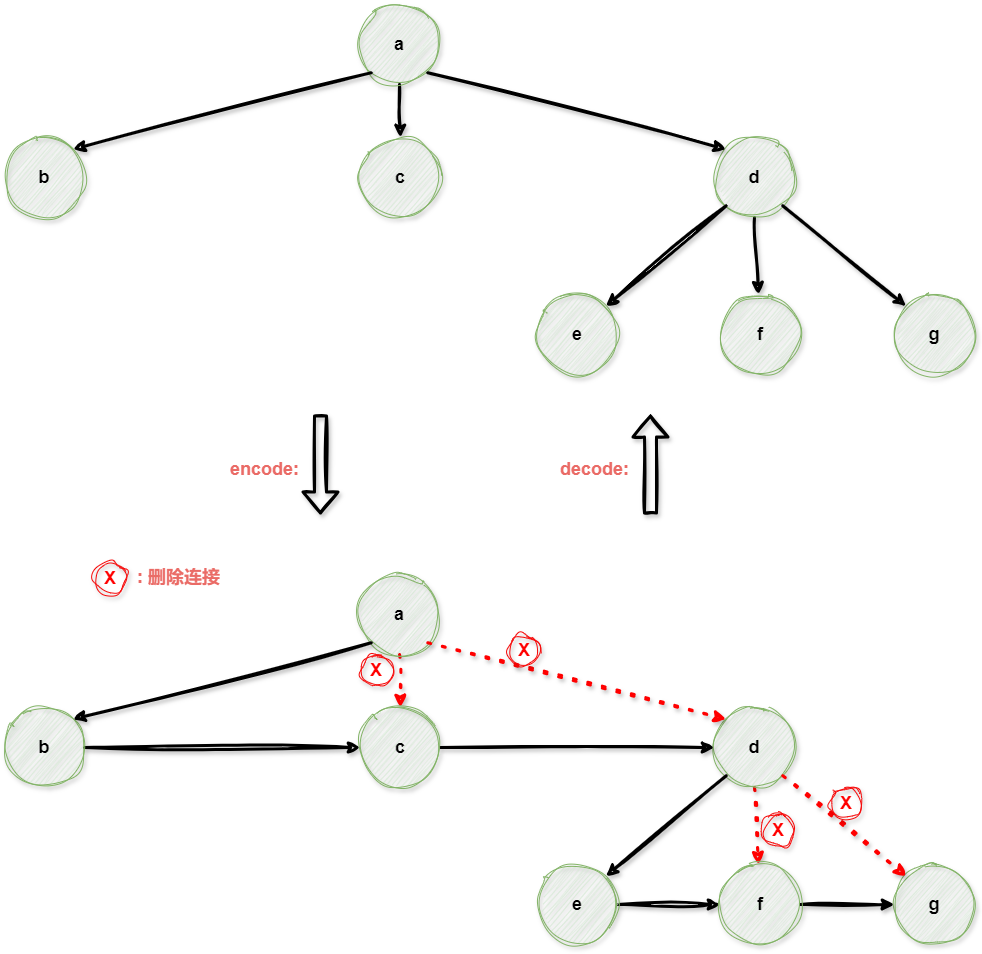
The draw.io diagram algrithem/binary_tree_encode_2tree.drawio.png in muxicode/c153080686, before a commit. Source tidied: cells renumbered, new cells last; positions are measured from the earlier drawing's top-left corner, leaving out a move shared by most shapes. Source of this version:
```xml
<mxGraphModel>
  <root>
    <mxCell id="0" />
    <mxCell id="1" parent="0" />
    <mxCell id="2" style="shape=flexArrow;endArrow=classic;html=1;rounded=0;shadow=1;labelBackgroundColor=default;sketch=1;fontFamily=Helvetica;fontSize=18;fontColor=default;strokeColor=default;strokeWidth=3;swimlaneLine=0;fontStyle=1;" parent="1" edge="1">
      <mxGeometry relative="1" as="geometry">
        <mxPoint x="316" y="410" as="sourcePoint" />
        <mxPoint x="316" y="510" as="targetPoint" />
      </mxGeometry>
    </mxCell>
    <mxCell id="3" style="shape=flexArrow;endArrow=classic;html=1;rounded=0;shadow=1;labelBackgroundColor=default;sketch=1;fontFamily=Helvetica;fontSize=18;fontColor=default;strokeColor=default;strokeWidth=3;swimlaneLine=0;fontStyle=1;tempflowAnimation=0;" parent="1" edge="1">
      <mxGeometry relative="1" as="geometry">
        <mxPoint x="646" y="510" as="sourcePoint" />
        <mxPoint x="646" y="410" as="targetPoint" />
      </mxGeometry>
    </mxCell>
    <mxCell id="4" value="&lt;font color=&quot;#ea6b66&quot; style=&quot;font-size: 18px;&quot;&gt;&lt;span style=&quot;font-size: 18px;&quot;&gt;encode:&lt;/span&gt;&lt;/font&gt;" style="text;html=1;align=right;verticalAlign=middle;strokeColor=none;fillColor=none;fontSize=18;tempflowAnimation=1;sketch=1;shadow=1;swimlaneLine=0;fontStyle=1;" parent="1" vertex="1">
      <mxGeometry x="206" y="445" width="90" height="40" as="geometry" />
    </mxCell>
    <mxCell id="5" value="&lt;font color=&quot;#ea6b66&quot; style=&quot;font-size: 18px;&quot;&gt;&lt;span style=&quot;font-size: 18px;&quot;&gt;decode:&lt;/span&gt;&lt;/font&gt;" style="text;html=1;align=right;verticalAlign=middle;strokeColor=none;fillColor=none;fontSize=18;tempflowAnimation=1;sketch=1;shadow=1;swimlaneLine=0;fontStyle=1;" parent="1" vertex="1">
      <mxGeometry x="536" y="445" width="90" height="40" as="geometry" />
    </mxCell>
    <mxCell id="6" style="edgeStyle=none;rounded=0;sketch=1;jiggle=2;curveFitting=1;jettySize=auto;html=1;exitX=0.5;exitY=1;exitDx=0;exitDy=0;entryX=0.5;entryY=0;entryDx=0;entryDy=0;shadow=1;strokeColor=default;strokeWidth=3;align=center;verticalAlign=middle;fontFamily=Helvetica;fontSize=11;fontColor=default;labelBackgroundColor=default;endArrow=classic;fontStyle=1;" parent="1" edge="1" source="7" target="17">
      <mxGeometry relative="1" as="geometry" />
    </mxCell>
    <mxCell id="7" value="&lt;span style=&quot;font-size: 18px;&quot;&gt;&lt;span&gt;a&lt;/span&gt;&lt;br style=&quot;font-size: 18px;&quot;&gt;&lt;/span&gt;" style="ellipse;whiteSpace=wrap;html=1;fillColor=#d5e8d4;strokeColor=#82b366;fontSize=18;sketch=1;curveFitting=1;jiggle=2;shadow=1;fontStyle=1;" parent="1" vertex="1">
      <mxGeometry x="355" width="80" height="80" as="geometry" />
    </mxCell>
    <mxCell id="8" value="&lt;span style=&quot;font-size: 18px;&quot;&gt;&lt;span&gt;b&lt;/span&gt;&lt;br style=&quot;font-size: 18px;&quot;&gt;&lt;/span&gt;" style="ellipse;whiteSpace=wrap;html=1;fillColor=#d5e8d4;strokeColor=#82b366;fontSize=18;sketch=1;curveFitting=1;jiggle=2;shadow=1;fontStyle=1;" parent="1" vertex="1">
      <mxGeometry y="133" width="80" height="80" as="geometry" />
    </mxCell>
    <mxCell id="9" style="rounded=0;jettySize=auto;html=1;exitX=0;exitY=1;exitDx=0;exitDy=0;entryX=1;entryY=0;entryDx=0;entryDy=0;strokeWidth=3;sketch=1;curveFitting=1;jiggle=2;shadow=1;fontStyle=1;" parent="1" edge="1" source="7" target="8">
      <mxGeometry relative="1" as="geometry" />
    </mxCell>
    <mxCell id="10" style="edgeStyle=none;rounded=0;sketch=1;jiggle=2;curveFitting=1;jettySize=auto;html=1;exitX=0.5;exitY=1;exitDx=0;exitDy=0;shadow=1;strokeColor=default;strokeWidth=3;align=center;verticalAlign=middle;fontFamily=Helvetica;fontSize=11;fontColor=default;labelBackgroundColor=default;endArrow=classic;fontStyle=1;" parent="1" edge="1" source="11" target="18">
      <mxGeometry relative="1" as="geometry" />
    </mxCell>
    <mxCell id="11" value="&lt;span style=&quot;font-size: 18px;&quot;&gt;&lt;span&gt;d&lt;/span&gt;&lt;br style=&quot;font-size: 18px;&quot;&gt;&lt;/span&gt;" style="ellipse;whiteSpace=wrap;html=1;fillColor=#d5e8d4;strokeColor=#82b366;fontSize=18;sketch=1;curveFitting=1;jiggle=2;shadow=1;fontStyle=1;" parent="1" vertex="1">
      <mxGeometry x="710" y="133" width="80" height="80" as="geometry" />
    </mxCell>
    <mxCell id="12" style="rounded=0;jettySize=auto;html=1;exitX=1;exitY=1;exitDx=0;exitDy=0;entryX=0;entryY=0;entryDx=0;entryDy=0;strokeWidth=3;sketch=1;curveFitting=1;jiggle=2;shadow=1;fontStyle=1;" parent="1" edge="1" source="7" target="11">
      <mxGeometry relative="1" as="geometry" />
    </mxCell>
    <mxCell id="13" value="&lt;span style=&quot;font-size: 18px;&quot;&gt;&lt;span&gt;e&lt;/span&gt;&lt;br style=&quot;font-size: 18px;&quot;&gt;&lt;/span&gt;" style="ellipse;whiteSpace=wrap;html=1;fillColor=#d5e8d4;strokeColor=#82b366;fontSize=18;sketch=1;curveFitting=1;jiggle=2;shadow=1;fontStyle=1;" parent="1" vertex="1">
      <mxGeometry x="533" y="290" width="80" height="80" as="geometry" />
    </mxCell>
    <mxCell id="14" style="rounded=0;jettySize=auto;html=1;exitX=0;exitY=1;exitDx=0;exitDy=0;entryX=1;entryY=0;entryDx=0;entryDy=0;strokeWidth=3;sketch=1;curveFitting=1;jiggle=2;shadow=1;fontStyle=1;" parent="1" edge="1" source="11" target="13">
      <mxGeometry relative="1" as="geometry" />
    </mxCell>
    <mxCell id="15" value="&lt;span style=&quot;font-size: 18px;&quot;&gt;&lt;span&gt;g&lt;/span&gt;&lt;br style=&quot;font-size: 18px;&quot;&gt;&lt;/span&gt;" style="ellipse;whiteSpace=wrap;html=1;fillColor=#d5e8d4;strokeColor=#82b366;fontSize=18;sketch=1;curveFitting=1;jiggle=2;shadow=1;fontStyle=1;" parent="1" vertex="1">
      <mxGeometry x="890" y="290" width="80" height="80" as="geometry" />
    </mxCell>
    <mxCell id="16" style="rounded=0;jettySize=auto;html=1;exitX=1;exitY=1;exitDx=0;exitDy=0;entryX=0;entryY=0;entryDx=0;entryDy=0;strokeWidth=3;sketch=1;curveFitting=1;jiggle=2;shadow=1;fontStyle=1;" parent="1" edge="1" source="11" target="15">
      <mxGeometry relative="1" as="geometry" />
    </mxCell>
    <mxCell id="17" value="&lt;span style=&quot;font-size: 18px;&quot;&gt;&lt;span&gt;c&lt;/span&gt;&lt;br style=&quot;font-size: 18px;&quot;&gt;&lt;/span&gt;" style="ellipse;whiteSpace=wrap;html=1;fillColor=#d5e8d4;strokeColor=#82b366;fontSize=18;sketch=1;curveFitting=1;jiggle=2;shadow=1;fontStyle=1;" parent="1" vertex="1">
      <mxGeometry x="356" y="133" width="80" height="80" as="geometry" />
    </mxCell>
    <mxCell id="18" value="f" style="ellipse;whiteSpace=wrap;html=1;fillColor=#d5e8d4;strokeColor=#82b366;fontSize=18;sketch=1;curveFitting=1;jiggle=2;shadow=1;fontStyle=1;" parent="1" vertex="1">
      <mxGeometry x="716" y="290" width="80" height="80" as="geometry" />
    </mxCell>
    <mxCell id="19" style="edgeStyle=none;rounded=0;sketch=1;jiggle=2;curveFitting=1;jettySize=auto;html=1;exitX=0.5;exitY=1;exitDx=0;exitDy=0;entryX=0.5;entryY=0;entryDx=0;entryDy=0;shadow=1;strokeColor=#FF0000;strokeWidth=3;align=center;verticalAlign=middle;fontFamily=Helvetica;fontSize=11;fontColor=default;labelBackgroundColor=default;endArrow=classic;dashed=1;dashPattern=1 4;fontStyle=1;" parent="1" edge="1" source="20" target="33">
      <mxGeometry relative="1" as="geometry" />
    </mxCell>
    <mxCell id="20" value="&lt;span style=&quot;font-size: 18px;&quot;&gt;&lt;span&gt;a&lt;/span&gt;&lt;br style=&quot;font-size: 18px;&quot;&gt;&lt;/span&gt;" style="ellipse;whiteSpace=wrap;html=1;fillColor=#d5e8d4;strokeColor=#82b366;fontSize=18;sketch=1;curveFitting=1;jiggle=2;shadow=1;fontStyle=1;" parent="1" vertex="1">
      <mxGeometry x="355" y="570" width="80" height="80" as="geometry" />
    </mxCell>
    <mxCell id="21" style="edgeStyle=none;rounded=0;sketch=1;jiggle=2;curveFitting=1;jettySize=auto;html=1;exitX=1;exitY=0.5;exitDx=0;exitDy=0;entryX=0;entryY=0.5;entryDx=0;entryDy=0;shadow=1;strokeColor=default;strokeWidth=3;align=center;verticalAlign=middle;fontFamily=Helvetica;fontSize=11;fontColor=default;labelBackgroundColor=default;endArrow=classic;fontStyle=1;" parent="1" edge="1" source="22" target="33">
      <mxGeometry relative="1" as="geometry" />
    </mxCell>
    <mxCell id="22" value="&lt;span style=&quot;font-size: 18px;&quot;&gt;&lt;span&gt;b&lt;/span&gt;&lt;br style=&quot;font-size: 18px;&quot;&gt;&lt;/span&gt;" style="ellipse;whiteSpace=wrap;html=1;fillColor=#d5e8d4;strokeColor=#82b366;fontSize=18;sketch=1;curveFitting=1;jiggle=2;shadow=1;fontStyle=1;" parent="1" vertex="1">
      <mxGeometry y="703" width="80" height="80" as="geometry" />
    </mxCell>
    <mxCell id="23" style="rounded=0;jettySize=auto;html=1;exitX=0;exitY=1;exitDx=0;exitDy=0;entryX=1;entryY=0;entryDx=0;entryDy=0;strokeWidth=3;sketch=1;curveFitting=1;jiggle=2;shadow=1;fontStyle=1;" parent="1" edge="1" source="20" target="22">
      <mxGeometry relative="1" as="geometry" />
    </mxCell>
    <mxCell id="24" style="edgeStyle=none;rounded=0;sketch=1;jiggle=2;curveFitting=1;jettySize=auto;html=1;exitX=0.5;exitY=1;exitDx=0;exitDy=0;shadow=1;strokeColor=#FF0000;strokeWidth=3;align=center;verticalAlign=middle;fontFamily=Helvetica;fontSize=11;fontColor=default;labelBackgroundColor=default;endArrow=classic;dashed=1;dashPattern=1 4;fontStyle=1;" parent="1" edge="1" source="25" target="35">
      <mxGeometry relative="1" as="geometry" />
    </mxCell>
    <mxCell id="25" value="&lt;span style=&quot;font-size: 18px;&quot;&gt;&lt;span&gt;d&lt;/span&gt;&lt;br style=&quot;font-size: 18px;&quot;&gt;&lt;/span&gt;" style="ellipse;whiteSpace=wrap;html=1;fillColor=#d5e8d4;strokeColor=#82b366;fontSize=18;sketch=1;curveFitting=1;jiggle=2;shadow=1;fontStyle=1;" parent="1" vertex="1">
      <mxGeometry x="710" y="703" width="80" height="80" as="geometry" />
    </mxCell>
    <mxCell id="26" style="rounded=0;jettySize=auto;html=1;exitX=1;exitY=1;exitDx=0;exitDy=0;entryX=0;entryY=0;entryDx=0;entryDy=0;strokeWidth=3;sketch=1;curveFitting=1;jiggle=2;shadow=1;dashed=1;dashPattern=1 4;strokeColor=#FF0000;fontStyle=1;" parent="1" edge="1" source="20" target="25">
      <mxGeometry relative="1" as="geometry" />
    </mxCell>
    <mxCell id="27" style="edgeStyle=none;rounded=0;sketch=1;jiggle=2;curveFitting=1;jettySize=auto;html=1;exitX=1;exitY=0.5;exitDx=0;exitDy=0;entryX=0;entryY=0.5;entryDx=0;entryDy=0;shadow=1;strokeColor=default;strokeWidth=3;align=center;verticalAlign=middle;fontFamily=Helvetica;fontSize=11;fontColor=default;labelBackgroundColor=default;endArrow=classic;fontStyle=1;" parent="1" edge="1" source="28" target="35">
      <mxGeometry relative="1" as="geometry" />
    </mxCell>
    <mxCell id="28" value="&lt;span style=&quot;font-size: 18px;&quot;&gt;&lt;span&gt;e&lt;/span&gt;&lt;br style=&quot;font-size: 18px;&quot;&gt;&lt;/span&gt;" style="ellipse;whiteSpace=wrap;html=1;fillColor=#d5e8d4;strokeColor=#82b366;fontSize=18;sketch=1;curveFitting=1;jiggle=2;shadow=1;fontStyle=1;" parent="1" vertex="1">
      <mxGeometry x="533" y="860" width="80" height="80" as="geometry" />
    </mxCell>
    <mxCell id="29" style="rounded=0;jettySize=auto;html=1;exitX=0;exitY=1;exitDx=0;exitDy=0;entryX=1;entryY=0;entryDx=0;entryDy=0;strokeWidth=3;sketch=1;curveFitting=1;jiggle=2;shadow=1;fontStyle=1;" parent="1" edge="1" source="25" target="28">
      <mxGeometry relative="1" as="geometry" />
    </mxCell>
    <mxCell id="30" value="&lt;span style=&quot;font-size: 18px;&quot;&gt;&lt;span&gt;g&lt;/span&gt;&lt;br style=&quot;font-size: 18px;&quot;&gt;&lt;/span&gt;" style="ellipse;whiteSpace=wrap;html=1;fillColor=#d5e8d4;strokeColor=#82b366;fontSize=18;sketch=1;curveFitting=1;jiggle=2;shadow=1;fontStyle=1;" parent="1" vertex="1">
      <mxGeometry x="890" y="860" width="80" height="80" as="geometry" />
    </mxCell>
    <mxCell id="31" style="rounded=0;jettySize=auto;html=1;exitX=1;exitY=1;exitDx=0;exitDy=0;entryX=0;entryY=0;entryDx=0;entryDy=0;strokeWidth=3;sketch=1;curveFitting=1;jiggle=2;shadow=1;dashed=1;dashPattern=1 4;strokeColor=#FF0000;fontStyle=1;" parent="1" edge="1" source="25" target="30">
      <mxGeometry relative="1" as="geometry" />
    </mxCell>
    <mxCell id="32" style="edgeStyle=none;rounded=0;sketch=1;jiggle=2;curveFitting=1;jettySize=auto;html=1;exitX=1;exitY=0.5;exitDx=0;exitDy=0;entryX=0;entryY=0.5;entryDx=0;entryDy=0;shadow=1;strokeColor=default;strokeWidth=3;align=center;verticalAlign=middle;fontFamily=Helvetica;fontSize=11;fontColor=default;labelBackgroundColor=default;endArrow=classic;fontStyle=1;" parent="1" edge="1" source="33" target="25">
      <mxGeometry relative="1" as="geometry" />
    </mxCell>
    <mxCell id="33" value="&lt;span style=&quot;font-size: 18px;&quot;&gt;&lt;span&gt;c&lt;/span&gt;&lt;br style=&quot;font-size: 18px;&quot;&gt;&lt;/span&gt;" style="ellipse;whiteSpace=wrap;html=1;fillColor=#d5e8d4;strokeColor=#82b366;fontSize=18;sketch=1;curveFitting=1;jiggle=2;shadow=1;fontStyle=1;" parent="1" vertex="1">
      <mxGeometry x="356" y="703" width="80" height="80" as="geometry" />
    </mxCell>
    <mxCell id="34" style="edgeStyle=none;rounded=0;sketch=1;jiggle=2;curveFitting=1;jettySize=auto;html=1;exitX=1;exitY=0.5;exitDx=0;exitDy=0;entryX=0;entryY=0.5;entryDx=0;entryDy=0;shadow=1;strokeColor=default;strokeWidth=3;align=center;verticalAlign=middle;fontFamily=Helvetica;fontSize=11;fontColor=default;labelBackgroundColor=default;endArrow=classic;fontStyle=1;" parent="1" edge="1" source="35" target="30">
      <mxGeometry relative="1" as="geometry" />
    </mxCell>
    <mxCell id="35" value="f" style="ellipse;whiteSpace=wrap;html=1;fillColor=#d5e8d4;strokeColor=#82b366;fontSize=18;sketch=1;curveFitting=1;jiggle=2;shadow=1;fontStyle=1;" parent="1" vertex="1">
      <mxGeometry x="716" y="860" width="80" height="80" as="geometry" />
    </mxCell>
    <mxCell id="36" value="&lt;font color=&quot;#ff0000&quot; style=&quot;font-size: 18px;&quot;&gt;&lt;span style=&quot;font-size: 18px;&quot;&gt;X&lt;/span&gt;&lt;/font&gt;" style="ellipse;whiteSpace=wrap;html=1;strokeColor=#f70808;fillColor=none;fontStyle=1;fontSize=18;sketch=1;curveFitting=1;jiggle=2;shadow=1;" parent="1" vertex="1">
      <mxGeometry x="504" y="630" width="32" height="32" as="geometry" />
    </mxCell>
    <mxCell id="37" value="&lt;font color=&quot;#ff0000&quot; style=&quot;font-size: 18px;&quot;&gt;&lt;span style=&quot;font-size: 18px;&quot;&gt;X&lt;/span&gt;&lt;/font&gt;" style="ellipse;whiteSpace=wrap;html=1;strokeColor=#f70808;fillColor=none;fontStyle=1;fontSize=18;sketch=1;curveFitting=1;jiggle=2;shadow=1;" parent="1" vertex="1">
      <mxGeometry x="356" y="650" width="32" height="32" as="geometry" />
    </mxCell>
    <mxCell id="38" value="&lt;font color=&quot;#ff0000&quot; style=&quot;font-size: 18px;&quot;&gt;&lt;span style=&quot;font-size: 18px;&quot;&gt;X&lt;/span&gt;&lt;/font&gt;" style="ellipse;whiteSpace=wrap;html=1;strokeColor=#f70808;fillColor=none;fontStyle=1;fontSize=18;sketch=1;curveFitting=1;jiggle=2;shadow=1;" parent="1" vertex="1">
      <mxGeometry x="758" y="810" width="32" height="32" as="geometry" />
    </mxCell>
    <mxCell id="39" value="&lt;font color=&quot;#ff0000&quot; style=&quot;font-size: 18px;&quot;&gt;&lt;span style=&quot;font-size: 18px;&quot;&gt;X&lt;/span&gt;&lt;/font&gt;" style="ellipse;whiteSpace=wrap;html=1;strokeColor=#f70808;fillColor=none;fontStyle=1;fontSize=18;sketch=1;curveFitting=1;jiggle=2;shadow=1;" parent="1" vertex="1">
      <mxGeometry x="826" y="783" width="32" height="32" as="geometry" />
    </mxCell>
    <mxCell id="40" value="&lt;font color=&quot;#ff0000&quot; style=&quot;font-size: 18px;&quot;&gt;&lt;span style=&quot;font-size: 18px;&quot;&gt;X&lt;/span&gt;&lt;/font&gt;" style="ellipse;whiteSpace=wrap;html=1;strokeColor=#f70808;fillColor=none;fontStyle=1;fontSize=18;sketch=1;curveFitting=1;jiggle=2;shadow=1;" parent="1" vertex="1">
      <mxGeometry x="90" y="558" width="32" height="32" as="geometry" />
    </mxCell>
    <mxCell id="41" value="&lt;font style=&quot;font-size: 18px;&quot; color=&quot;#ea6b66&quot;&gt;&lt;span style=&quot;font-size: 18px;&quot;&gt;&amp;nbsp;: 删除连接&lt;/span&gt;&lt;/font&gt;" style="text;html=1;align=left;verticalAlign=middle;strokeColor=none;fillColor=none;fontSize=18;sketch=1;curveFitting=1;jiggle=2;shadow=1;fontStyle=1;" parent="1" vertex="1">
      <mxGeometry x="126" y="553" width="110" height="40" as="geometry" />
    </mxCell>
  </root>
</mxGraphModel>
```
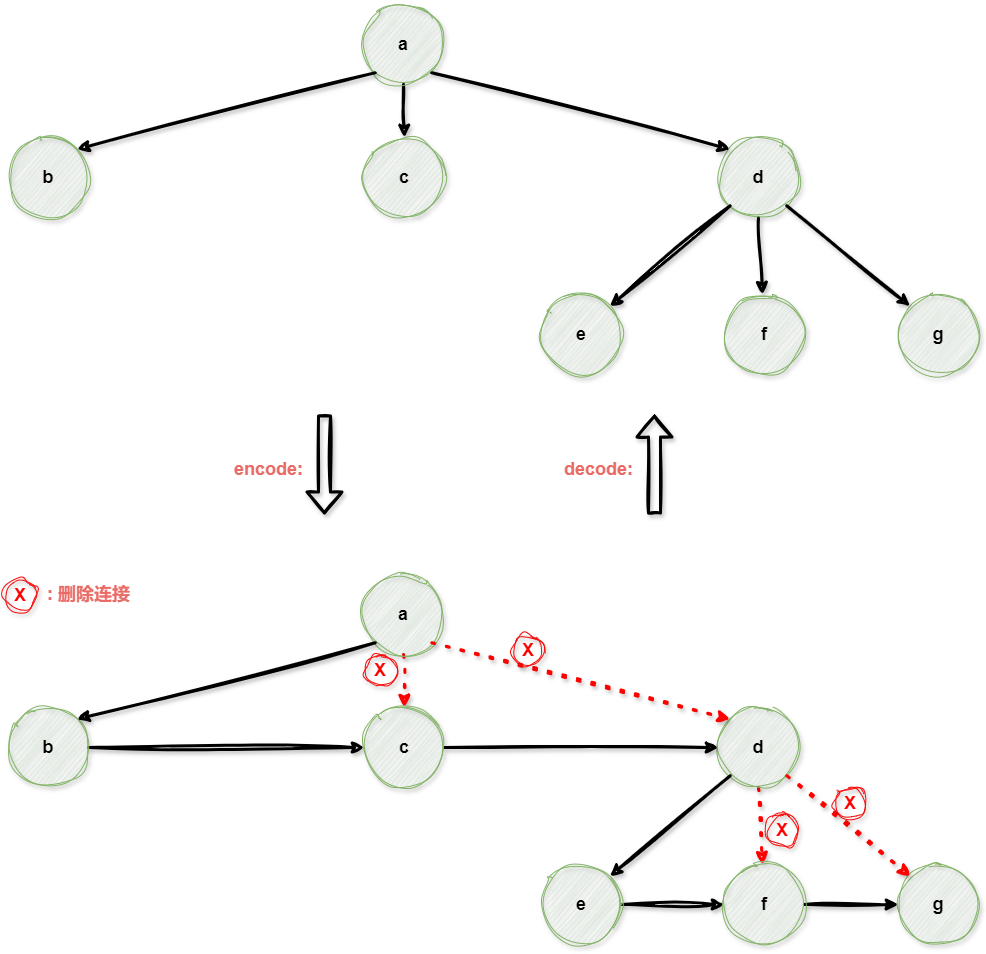
After the commit.

The edit, as a diff of the source:
```diff
@@ -122,11 +122,14 @@
     <mxCell id="39" value="&lt;font color=&quot;#ff0000&quot; style=&quot;font-size: 18px;&quot;&gt;&lt;span style=&quot;font-size: 18px;&quot;&gt;X&lt;/span&gt;&lt;/font&gt;" style="ellipse;whiteSpace=wrap;html=1;strokeColor=#f70808;fillColor=none;fontStyle=1;fontSize=18;sketch=1;curveFitting=1;jiggle=2;shadow=1;" parent="1" vertex="1">
       <mxGeometry x="826" y="783" width="32" height="32" as="geometry" />
     </mxCell>
+    <mxCell id="42" style="group;" parent="1" vertex="1">
+      <mxGeometry x="-4" y="570" width="146" height="40" as="geometry" />
+    </mxCell>
-    <mxCell id="40" value="&lt;font color=&quot;#ff0000&quot; style=&quot;font-size: 18px;&quot;&gt;&lt;span style=&quot;font-size: 18px;&quot;&gt;X&lt;/span&gt;&lt;/font&gt;" style="ellipse;whiteSpace=wrap;html=1;strokeColor=#f70808;fillColor=none;fontStyle=1;fontSize=18;sketch=1;curveFitting=1;jiggle=2;shadow=1;" parent="1" vertex="1">
-      <mxGeometry x="90" y="558" width="32" height="32" as="geometry" />
+    <mxCell id="40" value="&lt;font color=&quot;#ff0000&quot; style=&quot;font-size: 18px;&quot;&gt;&lt;span style=&quot;font-size: 18px;&quot;&gt;X&lt;/span&gt;&lt;/font&gt;" style="ellipse;whiteSpace=wrap;html=1;strokeColor=#f70808;fillColor=none;fontStyle=1;fontSize=18;sketch=1;curveFitting=1;jiggle=2;shadow=1;" parent="42" vertex="1">
+      <mxGeometry y="5" width="32" height="32" as="geometry" />
     </mxCell>
-    <mxCell id="41" value="&lt;font style=&quot;font-size: 18px;&quot; color=&quot;#ea6b66&quot;&gt;&lt;span style=&quot;font-size: 18px;&quot;&gt;&amp;nbsp;: 删除连接&lt;/span&gt;&lt;/font&gt;" style="text;html=1;align=left;verticalAlign=middle;strokeColor=none;fillColor=none;fontSize=18;sketch=1;curveFitting=1;jiggle=2;shadow=1;fontStyle=1;" parent="1" vertex="1">
-      <mxGeometry x="126" y="553" width="110" height="40" as="geometry" />
+    <mxCell id="41" value="&lt;font style=&quot;font-size: 18px;&quot; color=&quot;#ea6b66&quot;&gt;&lt;span style=&quot;font-size: 18px;&quot;&gt;&amp;nbsp;: 删除连接&lt;/span&gt;&lt;/font&gt;" style="text;html=1;align=left;verticalAlign=middle;strokeColor=none;fillColor=none;fontSize=18;sketch=1;curveFitting=1;jiggle=2;shadow=1;fontStyle=1;" parent="42" vertex="1">
+      <mxGeometry x="36" width="110" height="40" as="geometry" />
     </mxCell>
   </root>
 </mxGraphModel>
```
